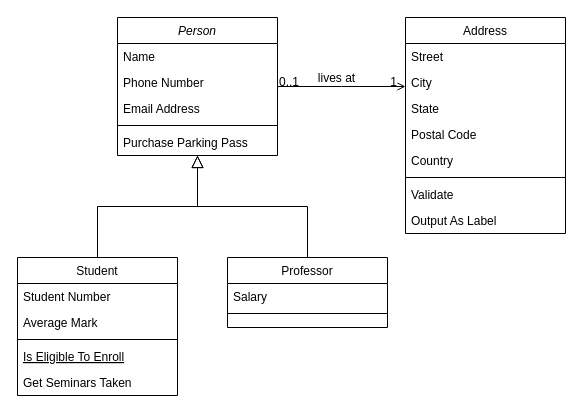
junji-code/PlayED keeps this draw.io diagram as DiagramPlayED.drawio. Above is the earlier version. Source tidied: cells renumbered, new cells numbered last; positions are measured from the earlier drawing's top-left corner, leaving out a move shared by most shapes. Both pictures are drawn from the tidied source at 100%, with x=0, y=0 at pixel (17, 17).
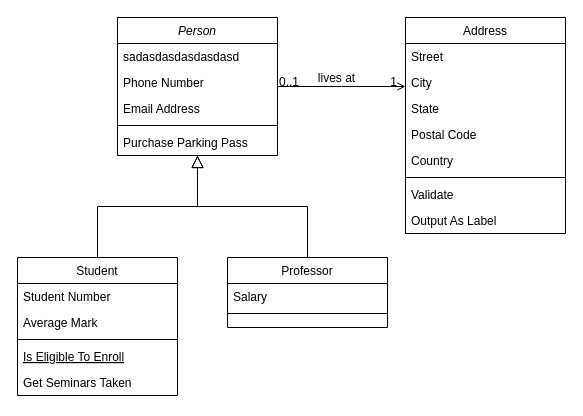
The same page after the edit.

Unchanged cells that the change refers to:
```xml
<mxCell id="2" value="Person" style="swimlane;fontStyle=2;align=center;verticalAlign=top;horizontal=1;startSize=26;rounded=0;shadow=0;strokeWidth=1;" parent="1" vertex="1">
  <mxGeometry x="100" width="160" height="138" as="geometry" />
</mxCell>
```

Change to the diagram source:
```diff
@@
-    <mxCell id="3" value="Name" style="text;align=left;verticalAlign=top;spacingLeft=4;spacingRight=4;overflow=hidden;" parent="2" vertex="1">
+    <mxCell id="3" value="sadasdasdasdasdasd" style="text;align=left;verticalAlign=top;spacingLeft=4;spacingRight=4;overflow=hidden;" parent="2" vertex="1">
       <mxGeometry y="26" width="160" height="26" as="geometry" />
     </mxCell>
```
